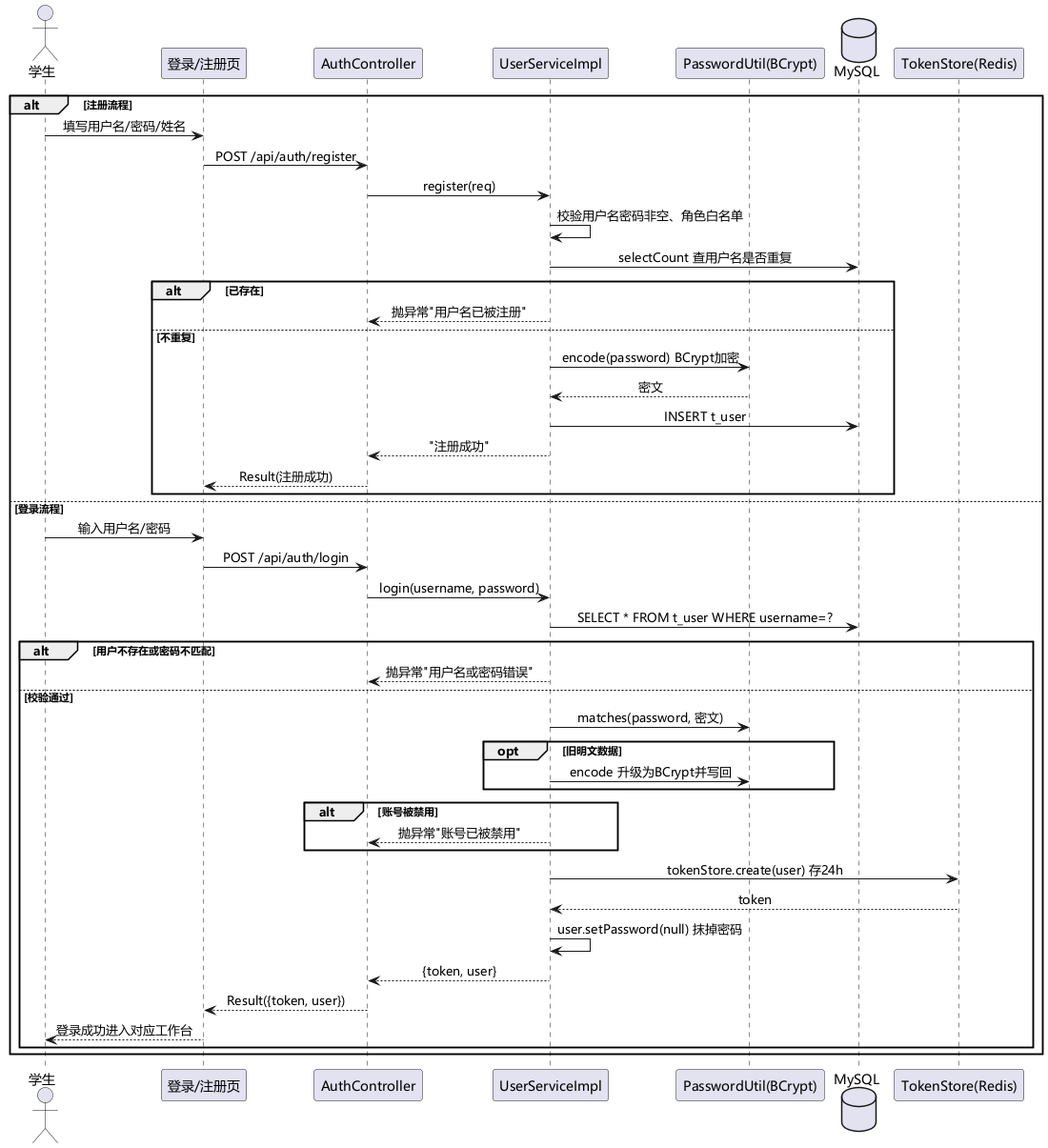
Above: uml/png/季磊/学生注册登录时序图.png in sheep7-bot/recruit-internship-system (PlantUML), before the change. Source of this version:
```plantuml
@startuml 学生注册登录时序图
skinparam defaultFontName "Microsoft YaHei"
skinparam sequenceMessageAlign center

actor "学生" as stu
participant "登录/注册页" as web
participant "AuthController" as auth
participant "UserServiceImpl" as svc
participant "PasswordUtil(BCrypt)" as bc
database "MySQL" as db
participant "TokenStore(Redis)" as redis

alt 注册流程
  stu -> web : 填写用户名/密码/姓名
  web -> auth : POST /api/auth/register
  auth -> svc : register(req)
  svc -> svc : 校验用户名密码非空、角色白名单
  svc -> db : selectCount 查用户名是否重复
  alt 已存在
    svc --> auth : 抛异常"用户名已被注册"
  else 不重复
    svc -> bc : encode(password) BCrypt加密
    bc --> svc : 密文
    svc -> db : INSERT t_user
    svc --> auth : "注册成功"
    auth --> web : Result(注册成功)
  end
else 登录流程
  stu -> web : 输入用户名/密码
  web -> auth : POST /api/auth/login
  auth -> svc : login(username, password)
  svc -> db : SELECT * FROM t_user WHERE username=?
  alt 用户不存在或密码不匹配
    svc --> auth : 抛异常"用户名或密码错误"
  else 校验通过
    svc -> bc : matches(password, 密文)
    opt 旧明文数据
      svc -> bc : encode 升级为BCrypt并写回
    end
    alt 账号被禁用
      svc --> auth : 抛异常"账号已被禁用"
    end
    svc -> redis : tokenStore.create(user) 存24h
    redis --> svc : token
    svc -> svc : user.setPassword(null) 抹掉密码
    svc --> auth : {token, user}
    auth --> web : Result({token, user})
    web --> stu : 登录成功进入对应工作台
  end
end
@enduml
```
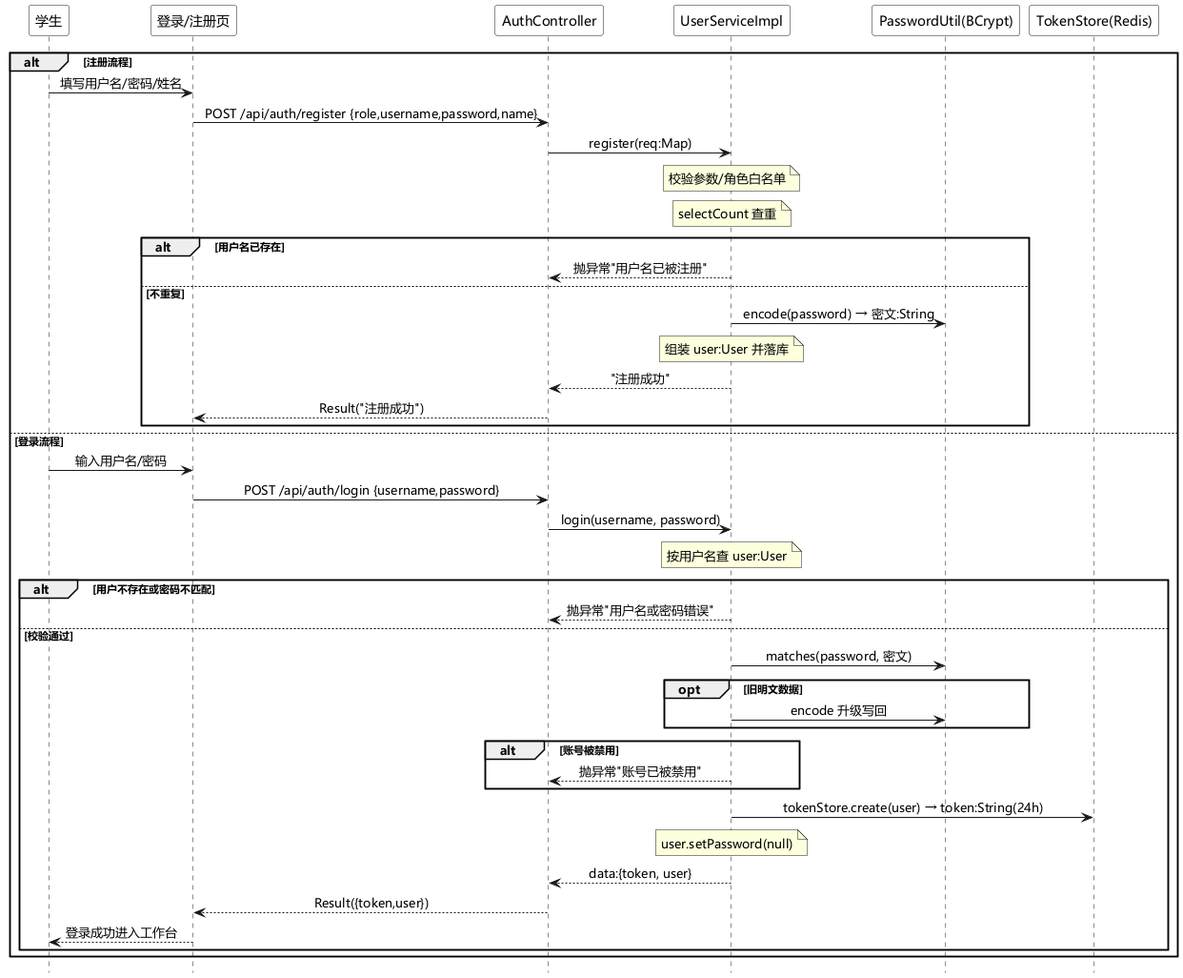
After the change.

Diff of the diagram source:
```diff
@@ -1,51 +1,68 @@
 @startuml 学生注册登录时序图
 skinparam defaultFontName "Microsoft YaHei"
+hide footbox
+<style>
+participant {
+  FontColor white
+  BorderColor white
+  BackgroundColor white
+}
+sequenceDiagram {
+  FontColor black
+}
+</style>
 skinparam sequenceMessageAlign center
-
-actor "学生" as stu
+participant "学生" as stu
 participant "登录/注册页" as web
 participant "AuthController" as auth
 participant "UserServiceImpl" as svc
 participant "PasswordUtil(BCrypt)" as bc
-database "MySQL" as db
 participant "TokenStore(Redis)" as redis
-
 alt 注册流程
   stu -> web : 填写用户名/密码/姓名
-  web -> auth : POST /api/auth/register
-  auth -> svc : register(req)
-  svc -> svc : 校验用户名密码非空、角色白名单
-  svc -> db : selectCount 查用户名是否重复
-  alt 已存在
+  web -> auth : POST /api/auth/register {role,username,password,name}
+  auth -> svc : register(req:Map)
+  note over svc
+    校验参数/角色白名单
+  end note
+  note over svc
+    selectCount 查重
+  end note
+  alt 用户名已存在
     svc --> auth : 抛异常"用户名已被注册"
   else 不重复
-    svc -> bc : encode(password) BCrypt加密
-    bc --> svc : 密文
-    svc -> db : INSERT t_user
+    svc -> bc : encode(password) → 密文:String
+    note over svc
+      组装 user:User 并落库
+    end note
     svc --> auth : "注册成功"
-    auth --> web : Result(注册成功)
+    auth --> web : Result("注册成功")
   end
 else 登录流程
   stu -> web : 输入用户名/密码
-  web -> auth : POST /api/auth/login
+  web -> auth : POST /api/auth/login {username,password}
   auth -> svc : login(username, password)
-  svc -> db : SELECT * FROM t_user WHERE username=?
+  note over svc
+    按用户名查 user:User
+  end note
   alt 用户不存在或密码不匹配
     svc --> auth : 抛异常"用户名或密码错误"
   else 校验通过
     svc -> bc : matches(password, 密文)
     opt 旧明文数据
-      svc -> bc : encode 升级为BCrypt并写回
+      svc -> bc : encode 升级写回
     end
     alt 账号被禁用
       svc --> auth : 抛异常"账号已被禁用"
     end
-    svc -> redis : tokenStore.create(user) 存24h
-    redis --> svc : token
-    svc -> svc : user.setPassword(null) 抹掉密码
-    svc --> auth : {token, user}
-    auth --> web : Result({token, user})
-    web --> stu : 登录成功进入对应工作台
+    svc -> redis : tokenStore.create(user) → token:String(24h)
+    note over svc
+      user.setPassword(null)
+    end note
+    svc --> auth : data:{token, user}
+    auth --> web : Result({token,user})
+    web --> stu : 登录成功进入工作台
   end
 end
+
 @enduml
```
